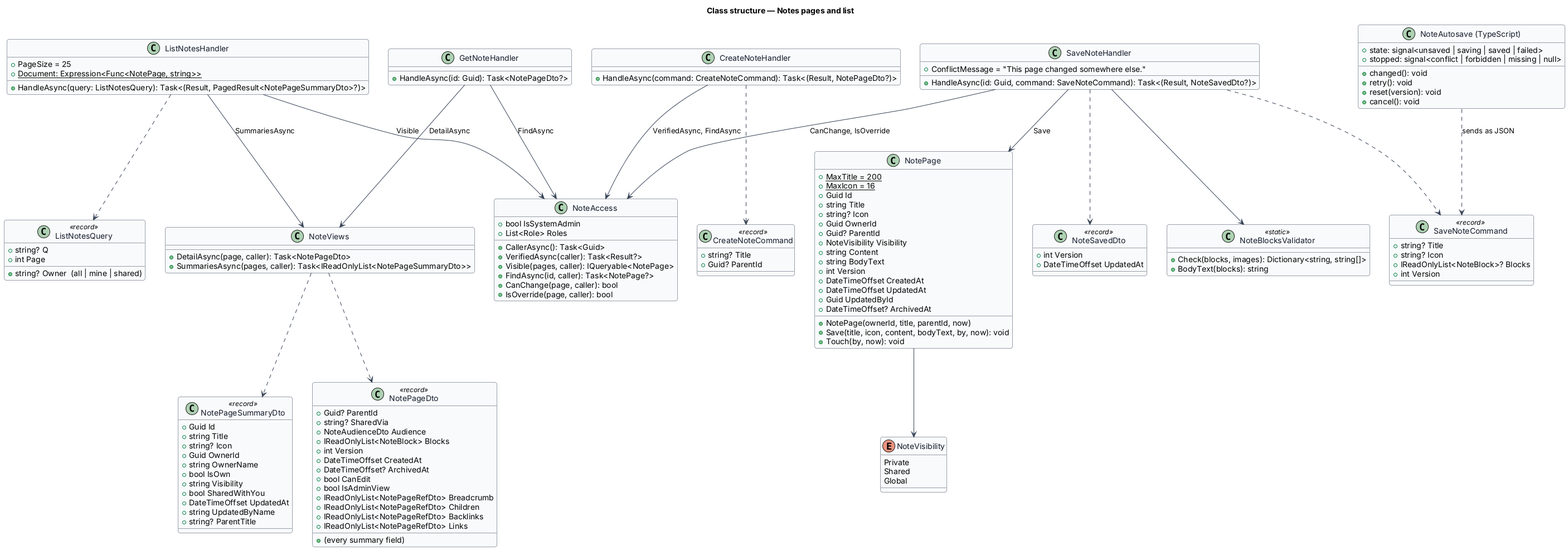
This is docs/detailed-designs/notes/pages-and-list/diagrams/class-structure.png from QuinntyneBrown/faithtech-community, a PlantUML export, as it was before one commit.
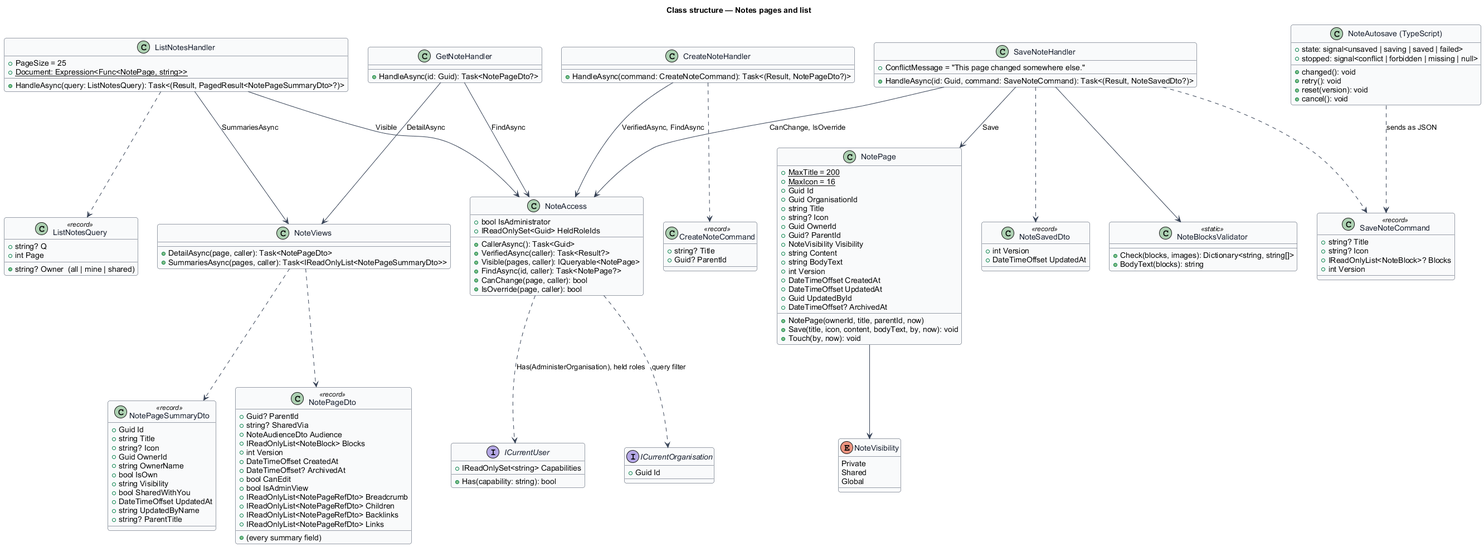
Later version of the same file.

What changed in the source:
```diff
@@ -19,6 +19,7 @@
   +{static} MaxTitle = 200
   +{static} MaxIcon = 16
   +Guid Id
+  +Guid OrganisationId
   +string Title
   +string? Icon
   +Guid OwnerId
@@ -37,8 +38,8 @@
 }
 NotePage --> NoteVisibility
 class NoteAccess {
-  +bool IsSystemAdmin
-  +List<Role> Roles
+  +bool IsAdministrator
+  +IReadOnlySet<Guid> HeldRoleIds
   +CallerAsync(): Task<Guid>
   +VerifiedAsync(caller): Task<Result?>
   +Visible(pages, caller): IQueryable<NotePage>
@@ -46,6 +47,15 @@
   +CanChange(page, caller): bool
   +IsOverride(page, caller): bool
 }
+interface ICurrentUser {
+  +IReadOnlySet<string> Capabilities
+  +Has(capability: string): bool
+}
+interface ICurrentOrganisation {
+  +Guid Id
+}
+NoteAccess ..> ICurrentUser : Has(AdministerOrganisation), held roles
+NoteAccess ..> ICurrentOrganisation : query filter
 class NoteViews {
   +DetailAsync(page, caller): Task<NotePageDto>
   +SummariesAsync(pages, caller): Task<IReadOnlyList<NotePageSummaryDto>>
```
